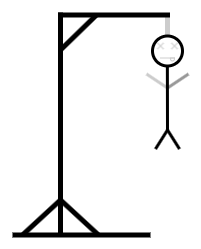
Before: Hangman8.png, a diagram exported from draw.io (CubezPlayer/Discord-Bot). Source tidied: cells renumbered, new cells last; positions are measured from the earlier drawing's top-left corner, leaving out a move shared by most shapes.
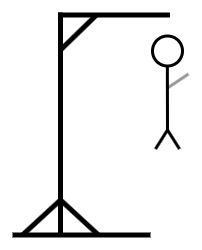
Later version of the same file.

The edit, as a diff of the source:
```diff
@@ -8,113 +8,62 @@
         <mxPoint x="176" y="61.5" as="targetPoint" />
       </mxGeometry>
     </mxCell>
-    <mxCell id="3" style="endArrow=none;html=1;rounded=0;strokeWidth=3;strokeColor=#CCCCCC;" parent="1" edge="1">
+    <mxCell id="3" style="endArrow=none;html=1;rounded=0;strokeWidth=5;" parent="1" edge="1">
       <mxGeometry relative="1" as="geometry">
-        <mxPoint x="155" y="75.5" as="sourcePoint" />
-        <mxPoint x="134" y="61.5" as="targetPoint" />
+        <mxPoint y="222.5" as="sourcePoint" />
+        <mxPoint x="138" y="222.5" as="targetPoint" />
       </mxGeometry>
     </mxCell>
     <mxCell id="4" style="endArrow=none;html=1;rounded=0;strokeWidth=5;" parent="1" edge="1">
       <mxGeometry relative="1" as="geometry">
-        <mxPoint y="222.5" as="sourcePoint" />
-        <mxPoint x="138" y="222.5" as="targetPoint" />
+        <mxPoint x="48" as="sourcePoint" />
+        <mxPoint x="48" y="222.5" as="targetPoint" />
       </mxGeometry>
     </mxCell>
     <mxCell id="5" style="endArrow=none;html=1;rounded=0;strokeWidth=5;" parent="1" edge="1">
       <mxGeometry relative="1" as="geometry">
-        <mxPoint x="48" as="sourcePoint" />
-        <mxPoint x="48" y="222.5" as="targetPoint" />
+        <mxPoint x="46" y="2.5" as="sourcePoint" />
+        <mxPoint x="157.5" y="2.5" as="targetPoint" />
       </mxGeometry>
     </mxCell>
-    <mxCell id="6" style="endArrow=none;html=1;rounded=0;strokeWidth=5;strokeColor=#CCCCCC;" parent="1" edge="1">
-      <mxGeometry relative="1" as="geometry">
-        <mxPoint x="155" y="2.5" as="sourcePoint" />
-        <mxPoint x="155" y="22.5" as="targetPoint" />
-      </mxGeometry>
+    <mxCell id="6" style="ellipse;whiteSpace=wrap;html=1;strokeWidth=3;fillColor=none;" parent="1" vertex="1">
+      <mxGeometry x="140" y="23.5" width="30" height="30" as="geometry" />
     </mxCell>
-    <mxCell id="7" style="endArrow=none;html=1;rounded=0;strokeWidth=5;" parent="1" edge="1">
+    <mxCell id="7" style="endArrow=none;html=1;rounded=0;strokeWidth=3;" parent="1" edge="1">
       <mxGeometry relative="1" as="geometry">
-        <mxPoint x="46" y="2.5" as="sourcePoint" />
-        <mxPoint x="157.5" y="2.5" as="targetPoint" />
+        <mxPoint x="155" y="119.5" as="sourcePoint" />
+        <mxPoint x="154.9" y="53.5" as="targetPoint" />
       </mxGeometry>
     </mxCell>
-    <mxCell id="8" style="ellipse;whiteSpace=wrap;html=1;strokeWidth=3;fillColor=none;" parent="1" vertex="1">
-      <mxGeometry x="140" y="23.5" width="30" height="30" as="geometry" />
+    <mxCell id="8" style="endArrow=none;html=1;rounded=0;strokeWidth=3;" parent="1" edge="1">
+      <mxGeometry relative="1" as="geometry">
+        <mxPoint x="155" y="117.5" as="sourcePoint" />
+        <mxPoint x="167" y="136.5" as="targetPoint" />
+      </mxGeometry>
     </mxCell>
     <mxCell id="9" style="endArrow=none;html=1;rounded=0;strokeWidth=3;" parent="1" edge="1">
       <mxGeometry relative="1" as="geometry">
-        <mxPoint x="155" y="119.5" as="sourcePoint" />
-        <mxPoint x="154.9" y="53.5" as="targetPoint" />
+        <mxPoint x="155" y="117.5" as="sourcePoint" />
+        <mxPoint x="143" y="136.5" as="targetPoint" />
       </mxGeometry>
     </mxCell>
-    <mxCell id="10" style="endArrow=none;html=1;rounded=0;strokeWidth=3;" parent="1" edge="1">
+    <mxCell id="10" style="endArrow=none;html=1;rounded=0;strokeWidth=5;" parent="1" edge="1">
       <mxGeometry relative="1" as="geometry">
-        <mxPoint x="155" y="117.5" as="sourcePoint" />
-        <mxPoint x="167" y="136.5" as="targetPoint" />
+        <mxPoint x="84" y="2.5" as="sourcePoint" />
+        <mxPoint x="48" y="37.5" as="targetPoint" />
       </mxGeometry>
     </mxCell>
-    <mxCell id="11" style="endArrow=none;html=1;rounded=0;strokeWidth=3;" parent="1" edge="1">
+    <mxCell id="11" style="endArrow=none;html=1;rounded=0;strokeWidth=5;" parent="1" edge="1">
       <mxGeometry relative="1" as="geometry">
-        <mxPoint x="155" y="117.5" as="sourcePoint" />
-        <mxPoint x="143" y="136.5" as="targetPoint" />
+        <mxPoint x="48" y="187.5" as="sourcePoint" />
+        <mxPoint x="86" y="222.5" as="targetPoint" />
       </mxGeometry>
     </mxCell>
-    <mxCell id="12" style="group;rotation=-45;" parent="1" vertex="1">
-      <mxGeometry x="144" y="29.5" width="8" height="8" as="geometry" />
+    <mxCell id="12" style="endArrow=none;html=1;rounded=0;strokeWidth=5;" parent="1" edge="1">
+      <mxGeometry relative="1" as="geometry">
+        <mxPoint x="10" y="222.5" as="sourcePoint" />
+        <mxPoint x="48" y="187.5" as="targetPoint" />
+      </mxGeometry>
     </mxCell>
-    <mxCell id="13" style="endArrow=none;html=1;rounded=0;strokeColor=#CCCCCC;" parent="12" edge="1">
-      <mxGeometry relative="1" as="geometry">
-        <mxPoint x="7" y="7" as="sourcePoint" />
-        <mxPoint x="1" y="1" as="targetPoint" />
-      </mxGeometry>
-    </mxCell>
-    <mxCell id="14" style="endArrow=none;html=1;rounded=0;strokeColor=#CCCCCC;" parent="12" edge="1">
-      <mxGeometry relative="1" as="geometry">
-        <mxPoint x="7" y="1" as="sourcePoint" />
-        <mxPoint x="1" y="7" as="targetPoint" />
-      </mxGeometry>
-    </mxCell>
-    <mxCell id="15" style="group;rotation=-45;" parent="1" vertex="1">
-      <mxGeometry x="158" y="29.5" width="8" height="8" as="geometry" />
-    </mxCell>
-    <mxCell id="16" style="endArrow=none;html=1;rounded=0;strokeColor=#CCCCCC;" parent="15" edge="1">
-      <mxGeometry relative="1" as="geometry">
-        <mxPoint x="7" y="7" as="sourcePoint" />
-        <mxPoint x="1" y="1" as="targetPoint" />
-      </mxGeometry>
-    </mxCell>
-    <mxCell id="17" style="endArrow=none;html=1;rounded=0;strokeColor=#CCCCCC;" parent="15" edge="1">
-      <mxGeometry relative="1" as="geometry">
-        <mxPoint x="7" y="1" as="sourcePoint" />
-        <mxPoint x="1" y="7" as="targetPoint" />
-      </mxGeometry>
-    </mxCell>
-    <mxCell id="18" style="endArrow=none;html=1;rounded=1;curved=0;strokeColor=#CCCCCC;" parent="1" edge="1">
-      <mxGeometry relative="1" as="geometry">
-        <mxPoint x="147.5" y="45.5" as="sourcePoint" />
-        <mxPoint x="162.5" y="45.5" as="targetPoint" />
-      </mxGeometry>
-    </mxCell>
-    <mxCell id="19" style="shape=or;whiteSpace=wrap;html=1;rotation=90;fillColor=none;strokeColor=#CCCCCC;" parent="1" vertex="1">
-      <mxGeometry x="158.5" y="45" width="3" height="4" as="geometry" />
-    </mxCell>
-    <mxCell id="20" style="endArrow=none;html=1;rounded=0;strokeWidth=5;" parent="1" edge="1">
-      <mxGeometry relative="1" as="geometry">
-        <mxPoint x="84" y="2.5" as="sourcePoint" />
-        <mxPoint x="48" y="37.5" as="targetPoint" />
-      </mxGeometry>
-    </mxCell>
-    <mxCell id="21" style="endArrow=none;html=1;rounded=0;strokeWidth=5;" parent="1" edge="1">
-      <mxGeometry relative="1" as="geometry">
-        <mxPoint x="48" y="187.5" as="sourcePoint" />
-        <mxPoint x="86" y="222.5" as="targetPoint" />
-      </mxGeometry>
-    </mxCell>
-    <mxCell id="22" style="endArrow=none;html=1;rounded=0;strokeWidth=5;" parent="1" edge="1">
-      <mxGeometry relative="1" as="geometry">
-        <mxPoint x="10" y="222.5" as="sourcePoint" />
-        <mxPoint x="48" y="187.5" as="targetPoint" />
-      </mxGeometry>
-    </mxCell>
   </root>
 </mxGraphModel>
```
